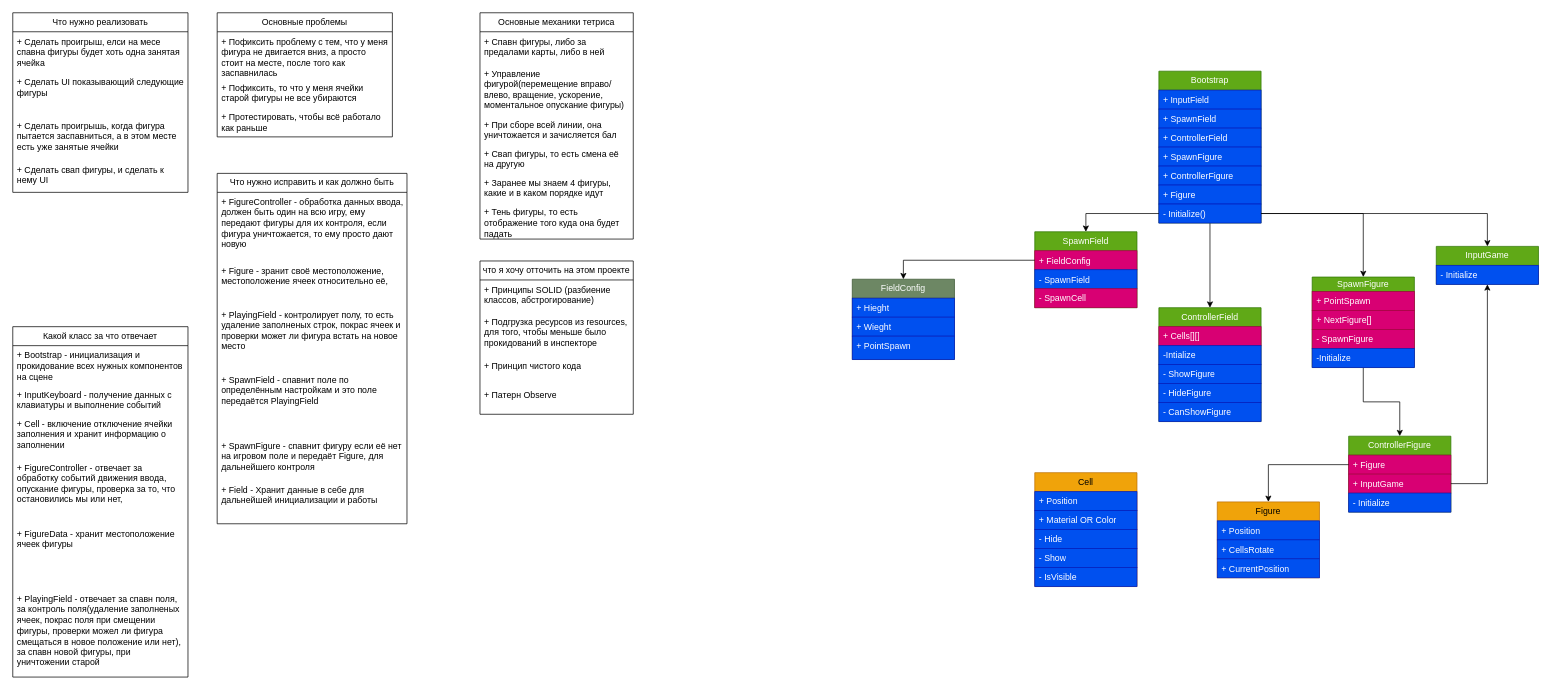
This is TetrisGame.drawio from Bablakov/Tetris, a draw.io file, before an edit. Source tidied: cells renumbered, new cells numbered last; positions are measured from the earlier drawing's top-left corner, leaving out a move shared by most shapes. Both pictures are drawn from the tidied source at 73%, with x=0, y=0 at pixel (12, 12).
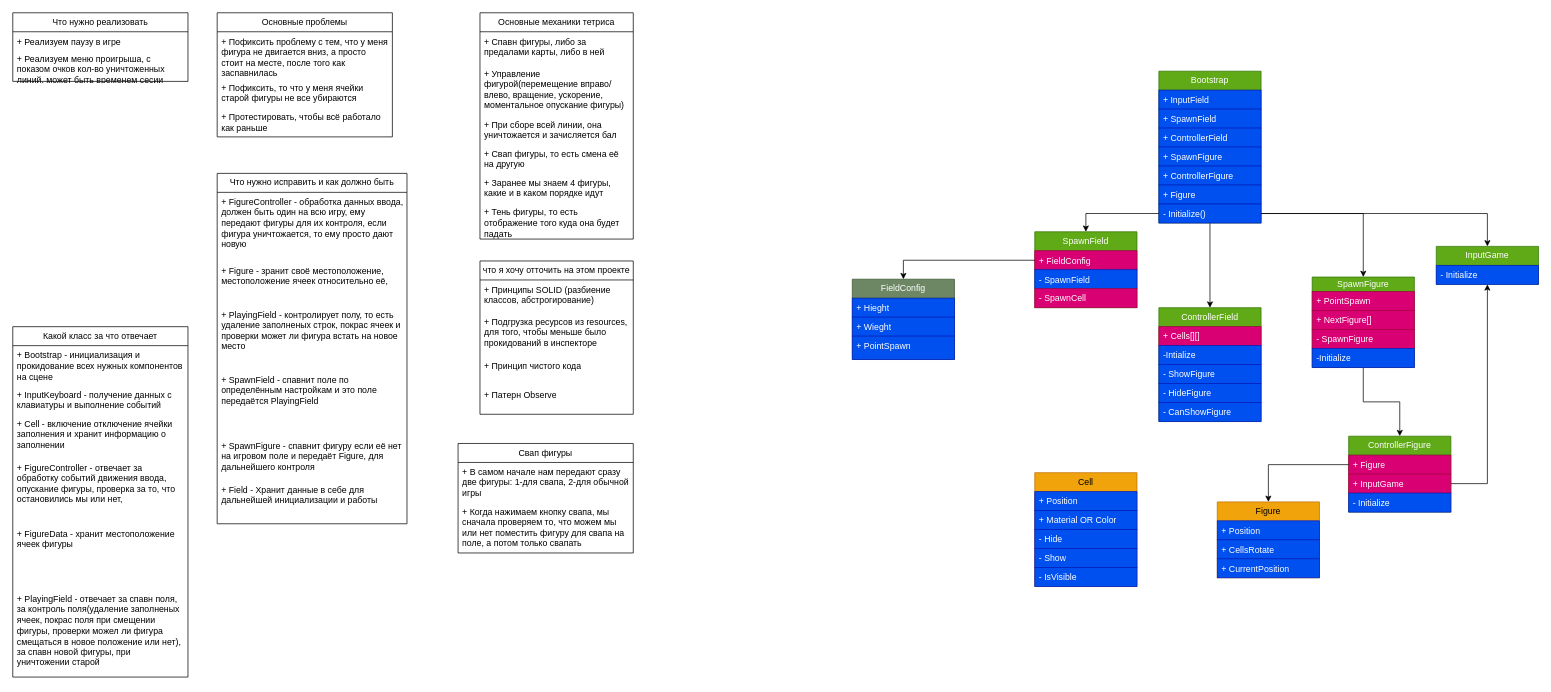
The same page after the edit.

Change to the diagram source:
```diff
@@
     <mxCell id="2" value="Что нужно реализовать" style="swimlane;fontStyle=0;horizontal=1;startSize=26;fillColor=none;whiteSpace=wrap;html=1;" parent="1" vertex="1">
-      <mxGeometry width="240" height="246" as="geometry" />
+      <mxGeometry width="240" height="94" as="geometry" />
     </mxCell>
-    <mxCell id="3" value="+ Сделать проигрыш, елси на месе спавна фигуры будет хоть одна занятая ячейка" style="text;strokeColor=none;fillColor=none;align=left;verticalAlign=top;spacingLeft=4;spacingRight=4;overflow=hidden;whiteSpace=wrap;html=1;" parent="2" vertex="1">
-      <mxGeometry y="26" width="240" height="56" as="geometry" />
-    </mxCell>
-    <mxCell id="4" value="+ Сделать UI показывающий следующие фигуры" style="text;strokeColor=none;fillColor=none;align=left;verticalAlign=top;spacingLeft=4;spacingRight=4;overflow=hidden;whiteSpace=wrap;html=1;" parent="2" vertex="1">
-      <mxGeometry y="82" width="240" height="60" as="geometry" />
+    <mxCell id="4" value="+ Реализуем паузу в игре&amp;nbsp;" style="text;strokeColor=none;fillColor=none;align=left;verticalAlign=top;spacingLeft=4;spacingRight=4;overflow=hidden;whiteSpace=wrap;html=1;" parent="2" vertex="1">
+      <mxGeometry y="26" width="240" height="24" as="geometry" />
     </mxCell>
-    <mxCell id="5" value="+ Сделать проигрышь, когда фигура пытается заспавниться, а в этом месте есть уже занятые ячейки" style="text;strokeColor=none;fillColor=none;align=left;verticalAlign=top;spacingLeft=4;spacingRight=4;overflow=hidden;whiteSpace=wrap;html=1;" parent="2" vertex="1">
-      <mxGeometry y="142" width="240" height="60" as="geometry" />
-    </mxCell>
-    <mxCell id="6" value="+ Сделать свап фигуры, и сделать к нему UI" style="text;strokeColor=none;fillColor=none;align=left;verticalAlign=top;spacingLeft=4;spacingRight=4;overflow=hidden;whiteSpace=wrap;html=1;" parent="2" vertex="1">
-      <mxGeometry y="202" width="240" height="44" as="geometry" />
+    <mxCell id="6" value="+ Реализуем меню проигрыша, с показом очков кол-во уничтоженных линий, может быть временем сесии" style="text;strokeColor=none;fillColor=none;align=left;verticalAlign=top;spacingLeft=4;spacingRight=4;overflow=hidden;whiteSpace=wrap;html=1;" parent="2" vertex="1">
+      <mxGeometry y="50" width="240" height="44" as="geometry" />
     </mxCell>
@@
+    <mxCell id="88" value="Свап фигуры" style="swimlane;fontStyle=0;horizontal=1;startSize=26;fillColor=none;whiteSpace=wrap;html=1;" parent="1" vertex="1">
+      <mxGeometry x="610" y="590" width="240" height="150" as="geometry" />
+    </mxCell>
+    <mxCell id="89" value="+ В самом начале нам передают сразу две фигуры: 1-для свапа, 2-для обычной игры" style="text;strokeColor=none;fillColor=none;align=left;verticalAlign=top;spacingLeft=4;spacingRight=4;overflow=hidden;whiteSpace=wrap;html=1;" parent="88" vertex="1">
+      <mxGeometry y="26" width="240" height="54" as="geometry" />
+    </mxCell>
+    <mxCell id="90" value="+ Когда нажимаем кнопку свапа, мы сначала проверяем то, что можем мы или нет поместить фигуру для свапа на поле, а потом только свапать" style="text;strokeColor=none;fillColor=none;align=left;verticalAlign=top;spacingLeft=4;spacingRight=4;overflow=hidden;whiteSpace=wrap;html=1;" parent="88" vertex="1">
+      <mxGeometry y="80" width="240" height="70" as="geometry" />
+    </mxCell>
```
